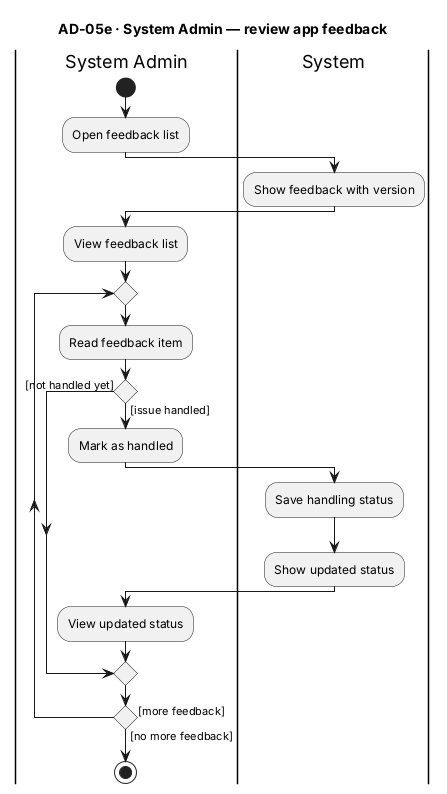
The-Golden-Trio/Capstone-Project keeps this PlantUML diagram as reports/master/figures/AD-05e_SystemAdmin_ReviewFeedback.png. Above is the earlier version. The source it was exported from:
```plantuml
@startuml AD-05e_SystemAdmin_ReviewFeedback
title AD-05e · System Admin — review app feedback

|System Admin|
|System|

|System Admin|
start
:Open feedback list;
|System|
:Show feedback with version;
|System Admin|
:View feedback list;
repeat
  :Read feedback item;
  if () then ([issue handled])
    :Mark as handled;
    |System|
    :Save handling status;
    :Show updated status;
    |System Admin|
    :View updated status;
  else ([not handled yet])
  endif
repeat while () is ([more feedback]) not ([no more feedback])
stop
@enduml
```
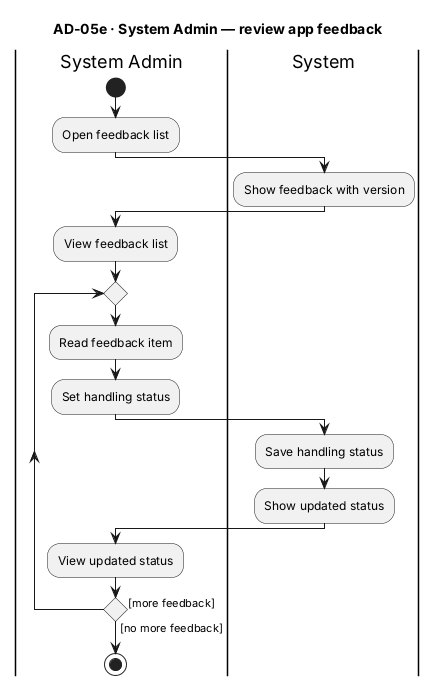
After the change.

The edit, as a diff of the source:
```diff
@@ -13,15 +13,12 @@
 :View feedback list;
 repeat
   :Read feedback item;
-  if () then ([issue handled])
-    :Mark as handled;
-    |System|
-    :Save handling status;
-    :Show updated status;
-    |System Admin|
-    :View updated status;
-  else ([not handled yet])
-  endif
+  :Set handling status;
+  |System|
+  :Save handling status;
+  :Show updated status;
+  |System Admin|
+  :View updated status;
 repeat while () is ([more feedback]) not ([no more feedback])
 stop
 @enduml
```
